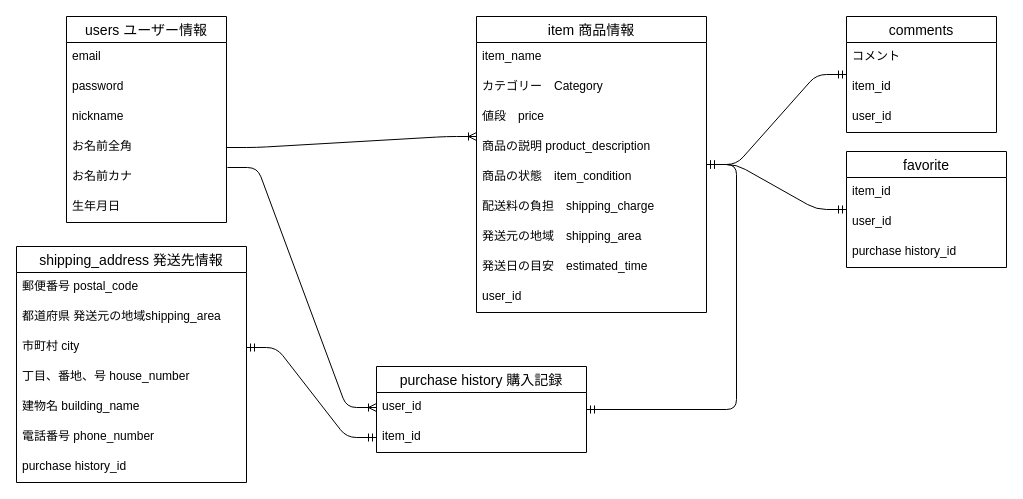
MasayukiU/furima-35825 keeps this draw.io diagram as test..dio. Above is the earlier version. Source tidied: cells renumbered, new cells numbered last; positions are measured from the earlier drawing's top-left corner, leaving out a move shared by most shapes. Both pictures are drawn from the tidied source at 100%, with x=0, y=0 at pixel (16, 16).
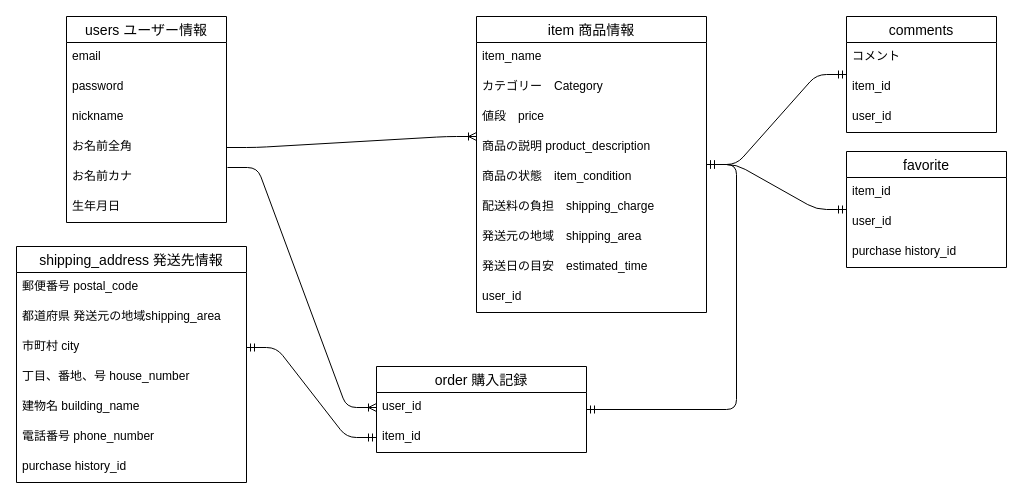
After the change.

Diff of the diagram source:
```diff
@@
-    <mxCell id="35" value="purchase history 購入記録" style="swimlane;fontStyle=0;horizontal=1;startSize=26;align=center;fontSize=14;" parent="1" vertex="1">
+    <mxCell id="35" value="order 購入記録" style="swimlane;fontStyle=0;horizontal=1;startSize=26;align=center;fontSize=14;" parent="1" vertex="1">
       <mxGeometry x="360" y="350" width="210" height="86" as="geometry" />
     </mxCell>
```
